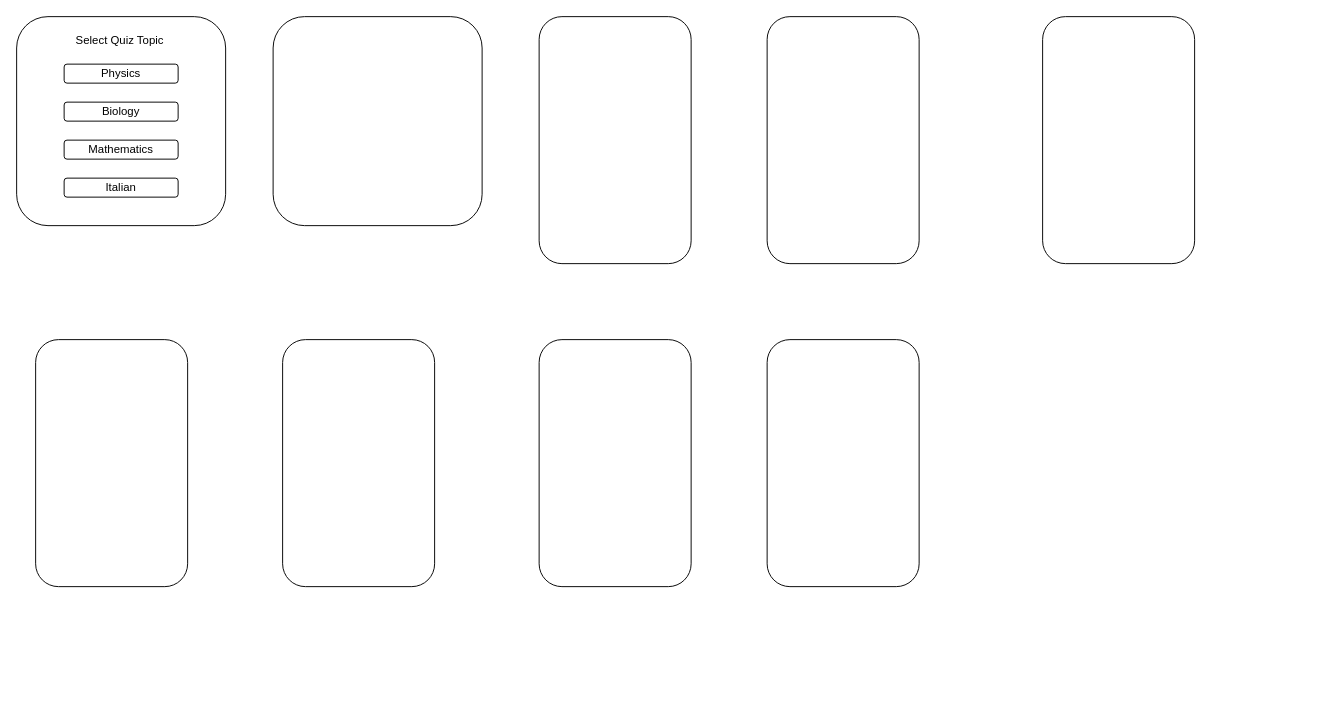
This is documentation/Story board MW.drawio from Matt-H139/Software-major-work, a draw.io file, before an edit. Source tidied: cells renumbered, new cells numbered last; positions are measured from the earlier drawing's top-left corner, leaving out a move shared by most shapes. Both pictures are drawn from the tidied source at 95%, with x=0, y=0 at pixel (16, 16).
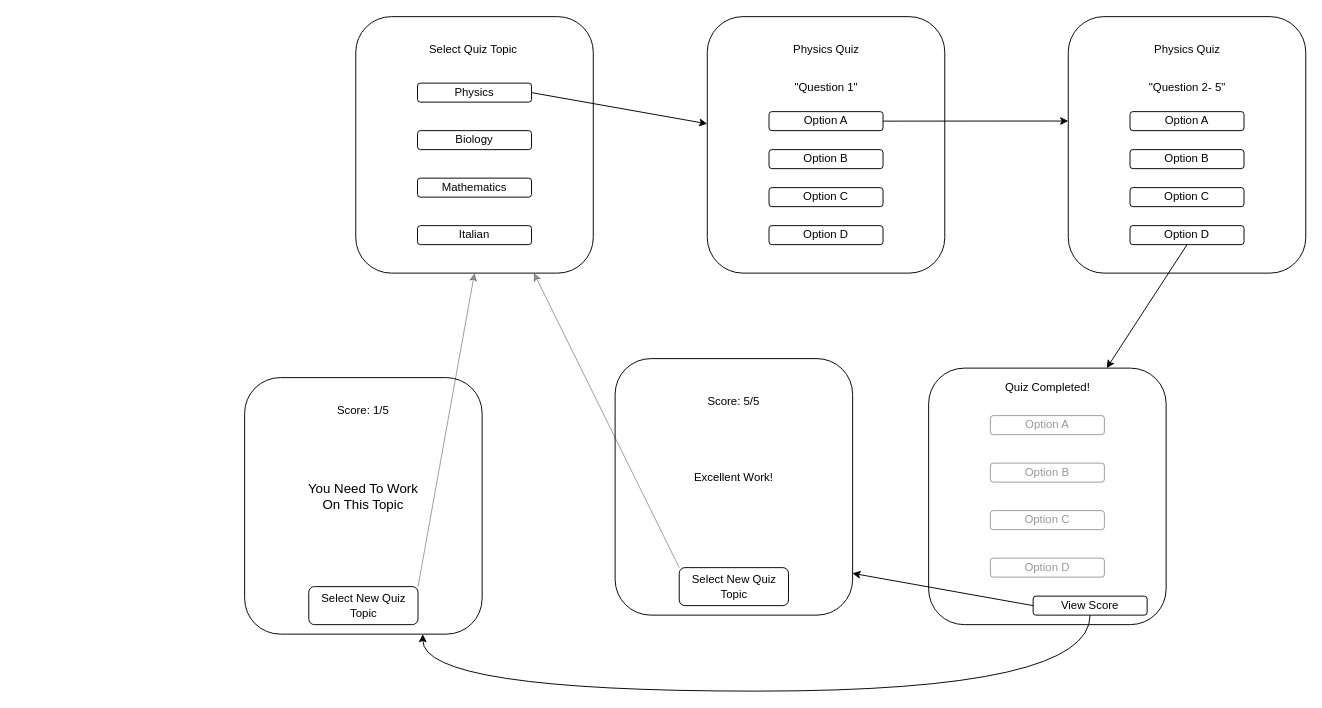
The same diagram, later.

The edit, as a diff of the source:
```diff
@@
     <mxCell id="2" style="rounded=1;whiteSpace=wrap;html=1;" parent="1" vertex="1">
-      <mxGeometry width="220" height="220" as="geometry" />
+      <mxGeometry x="357" width="250" height="270" as="geometry" />
     </mxCell>
-    <mxCell id="3" style="rounded=1;whiteSpace=wrap;html=1;" parent="1" vertex="1">
-      <mxGeometry x="1080" width="160" height="260" as="geometry" />
-    </mxCell>
     <mxCell id="4" style="rounded=1;whiteSpace=wrap;html=1;" parent="1" vertex="1">
-      <mxGeometry x="790" y="340" width="160" height="260" as="geometry" />
+      <mxGeometry x="960" y="370" width="250" height="270" as="geometry" />
     </mxCell>
-    <mxCell id="5" style="rounded=1;whiteSpace=wrap;html=1;" parent="1" vertex="1">
-      <mxGeometry x="790" width="160" height="260" as="geometry" />
-    </mxCell>
-    <mxCell id="6" style="rounded=1;whiteSpace=wrap;html=1;" parent="1" vertex="1">
-      <mxGeometry x="20" y="340" width="160" height="260" as="geometry" />
-    </mxCell>
     <mxCell id="7" style="rounded=1;whiteSpace=wrap;html=1;" parent="1" vertex="1">
-      <mxGeometry x="280" y="340" width="160" height="260" as="geometry" />
+      <mxGeometry x="630" y="360" width="250" height="270" as="geometry" />
     </mxCell>
-    <mxCell id="8" style="rounded=1;whiteSpace=wrap;html=1;" parent="1" vertex="1">
-      <mxGeometry x="550" y="340" width="160" height="260" as="geometry" />
-    </mxCell>
-    <mxCell id="9" style="rounded=1;whiteSpace=wrap;html=1;" parent="1" vertex="1">
-      <mxGeometry x="550" width="160" height="260" as="geometry" />
-    </mxCell>
     <mxCell id="10" style="rounded=1;whiteSpace=wrap;html=1;" parent="1" vertex="1">
-      <mxGeometry x="270" width="220" height="220" as="geometry" />
+      <mxGeometry x="727" width="250" height="270" as="geometry" />
     </mxCell>
     <mxCell id="11" value="Select Quiz Topic&amp;nbsp;" style="text;html=1;align=center;verticalAlign=middle;strokeColor=none;fillColor=none;" parent="1" vertex="1">
-      <mxGeometry x="50" y="10" width="120" height="30" as="geometry" />
+      <mxGeometry x="422" y="20" width="120" height="30" as="geometry" />
     </mxCell>
     <mxCell id="12" value="Physics" style="rounded=1;whiteSpace=wrap;html=1;" parent="1" vertex="1">
-      <mxGeometry x="50" y="50" width="120" height="20" as="geometry" />
+      <mxGeometry x="422" y="70" width="120" height="20" as="geometry" />
     </mxCell>
     <mxCell id="13" value="Biology" style="rounded=1;whiteSpace=wrap;html=1;" parent="1" vertex="1">
-      <mxGeometry x="50" y="90" width="120" height="20" as="geometry" />
+      <mxGeometry x="422" y="120" width="120" height="20" as="geometry" />
     </mxCell>
     <mxCell id="14" value="Mathematics" style="rounded=1;whiteSpace=wrap;html=1;" parent="1" vertex="1">
-      <mxGeometry x="50" y="130" width="120" height="20" as="geometry" />
+      <mxGeometry x="422" y="170" width="120" height="20" as="geometry" />
     </mxCell>
     <mxCell id="15" value="Italian" style="rounded=1;whiteSpace=wrap;html=1;" parent="1" vertex="1">
-      <mxGeometry x="50" y="170" width="120" height="20" as="geometry" />
+      <mxGeometry x="422" y="220" width="120" height="20" as="geometry" />
     </mxCell>
+    <mxCell id="16" value="Physics Quiz" style="text;html=1;align=center;verticalAlign=middle;strokeColor=none;fillColor=none;" parent="1" vertex="1">
+      <mxGeometry x="807" y="20" width="90" height="30" as="geometry" />
+    </mxCell>
+    <mxCell id="17" value="&quot;Question 1&quot;" style="text;html=1;align=center;verticalAlign=middle;strokeColor=none;fillColor=none;" parent="1" vertex="1">
+      <mxGeometry x="807" y="60" width="90" height="30" as="geometry" />
+    </mxCell>
+    <mxCell id="18" value="Option D" style="rounded=1;whiteSpace=wrap;html=1;" parent="1" vertex="1">
+      <mxGeometry x="792" y="220" width="120" height="20" as="geometry" />
+    </mxCell>
+    <mxCell id="19" value="Option C" style="rounded=1;whiteSpace=wrap;html=1;" parent="1" vertex="1">
+      <mxGeometry x="792" y="180" width="120" height="20" as="geometry" />
+    </mxCell>
+    <mxCell id="20" value="Option B" style="rounded=1;whiteSpace=wrap;html=1;" parent="1" vertex="1">
+      <mxGeometry x="792" y="140" width="120" height="20" as="geometry" />
+    </mxCell>
+    <mxCell id="21" value="Option A" style="rounded=1;whiteSpace=wrap;html=1;" parent="1" vertex="1">
+      <mxGeometry x="792" y="100" width="120" height="20" as="geometry" />
+    </mxCell>
+    <mxCell id="22" style="rounded=1;whiteSpace=wrap;html=1;" parent="1" vertex="1">
+      <mxGeometry x="1107" width="250" height="270" as="geometry" />
+    </mxCell>
+    <mxCell id="23" value="Physics Quiz" style="text;html=1;align=center;verticalAlign=middle;strokeColor=none;fillColor=none;" parent="1" vertex="1">
+      <mxGeometry x="1187" y="20" width="90" height="30" as="geometry" />
+    </mxCell>
+    <mxCell id="24" value="&quot;Question 2- 5&quot;" style="text;html=1;align=center;verticalAlign=middle;strokeColor=none;fillColor=none;" parent="1" vertex="1">
+      <mxGeometry x="1182" y="60" width="100" height="30" as="geometry" />
+    </mxCell>
+    <mxCell id="25" value="Option D" style="rounded=1;whiteSpace=wrap;html=1;" parent="1" vertex="1">
+      <mxGeometry x="1172" y="220" width="120" height="20" as="geometry" />
+    </mxCell>
+    <mxCell id="26" value="Option C" style="rounded=1;whiteSpace=wrap;html=1;" parent="1" vertex="1">
+      <mxGeometry x="1172" y="180" width="120" height="20" as="geometry" />
+    </mxCell>
+    <mxCell id="27" value="Option B" style="rounded=1;whiteSpace=wrap;html=1;" parent="1" vertex="1">
+      <mxGeometry x="1172" y="140" width="120" height="20" as="geometry" />
+    </mxCell>
+    <mxCell id="28" value="Option A" style="rounded=1;whiteSpace=wrap;html=1;" parent="1" vertex="1">
+      <mxGeometry x="1172" y="100" width="120" height="20" as="geometry" />
+    </mxCell>
+    <mxCell id="29" value="Quiz Completed!" style="text;html=1;align=center;verticalAlign=middle;whiteSpace=wrap;rounded=0;" parent="1" vertex="1">
+      <mxGeometry x="1037.5" y="376" width="95" height="30" as="geometry" />
+    </mxCell>
+    <mxCell id="30" value="&lt;font color=&quot;#999999&quot;&gt;Option A&lt;/font&gt;" style="rounded=1;whiteSpace=wrap;html=1;opacity=40;" parent="1" vertex="1">
+      <mxGeometry x="1025" y="420" width="120" height="20" as="geometry" />
+    </mxCell>
+    <mxCell id="31" value="&lt;font color=&quot;#999999&quot;&gt;Option C&lt;/font&gt;" style="rounded=1;whiteSpace=wrap;html=1;opacity=40;" parent="1" vertex="1">
+      <mxGeometry x="1025" y="520" width="120" height="20" as="geometry" />
+    </mxCell>
+    <mxCell id="32" value="&lt;font color=&quot;#999999&quot;&gt;Option B&lt;/font&gt;" style="rounded=1;whiteSpace=wrap;html=1;opacity=40;" parent="1" vertex="1">
+      <mxGeometry x="1025" y="470" width="120" height="20" as="geometry" />
+    </mxCell>
+    <mxCell id="33" value="&lt;font color=&quot;#999999&quot;&gt;Option D&lt;/font&gt;" style="rounded=1;whiteSpace=wrap;html=1;opacity=40;" parent="1" vertex="1">
+      <mxGeometry x="1025" y="570" width="120" height="20" as="geometry" />
+    </mxCell>
+    <mxCell id="34" value="View Score" style="rounded=1;whiteSpace=wrap;html=1;" parent="1" vertex="1">
+      <mxGeometry x="1070" y="610" width="120" height="20" as="geometry" />
+    </mxCell>
+    <mxCell id="35" style="rounded=1;whiteSpace=wrap;html=1;" parent="1" vertex="1">
+      <mxGeometry x="240" y="380" width="250" height="270" as="geometry" />
+    </mxCell>
+    <mxCell id="36" value="Score: 1/5" style="text;html=1;align=center;verticalAlign=middle;whiteSpace=wrap;rounded=0;" parent="1" vertex="1">
+      <mxGeometry x="335" y="400" width="60" height="30" as="geometry" />
+    </mxCell>
+    <mxCell id="37" value="&lt;font style=&quot;font-size: 14px;&quot;&gt;You Need To Work On This Topic&lt;/font&gt;" style="text;html=1;align=center;verticalAlign=middle;whiteSpace=wrap;rounded=0;" parent="1" vertex="1">
+      <mxGeometry x="300" y="490" width="130" height="30" as="geometry" />
+    </mxCell>
+    <mxCell id="38" value="Score: 5/5" style="text;html=1;align=center;verticalAlign=middle;whiteSpace=wrap;rounded=0;" parent="1" vertex="1">
+      <mxGeometry x="725" y="390" width="60" height="30" as="geometry" />
+    </mxCell>
+    <mxCell id="39" value="Excellent Work!" style="text;html=1;align=center;verticalAlign=middle;whiteSpace=wrap;rounded=0;" parent="1" vertex="1">
+      <mxGeometry x="700" y="470" width="110" height="30" as="geometry" />
+    </mxCell>
+    <mxCell id="40" value="Select New Quiz Topic" style="rounded=1;whiteSpace=wrap;html=1;" parent="1" vertex="1">
+      <mxGeometry x="697.5" y="580" width="115" height="40" as="geometry" />
+    </mxCell>
+    <mxCell id="41" value="Select New Quiz Topic" style="rounded=1;whiteSpace=wrap;html=1;" parent="1" vertex="1">
+      <mxGeometry x="307.5" y="600" width="115" height="40" as="geometry" />
+    </mxCell>
+    <mxCell id="42" style="endArrow=classic;html=1;rounded=0;exitX=1;exitY=0.5;exitDx=0;exitDy=0;" parent="1" edge="1" source="12" target="10">
+      <mxGeometry relative="1" as="geometry" />
+    </mxCell>
+    <mxCell id="43" style="endArrow=classic;html=1;rounded=0;exitX=1;exitY=0.5;exitDx=0;exitDy=0;entryX=0;entryY=0.407;entryDx=0;entryDy=0;entryPerimeter=0;" parent="1" edge="1" source="21" target="22">
+      <mxGeometry relative="1" as="geometry" />
+    </mxCell>
+    <mxCell id="44" style="endArrow=classic;html=1;rounded=0;exitX=1;exitY=0;exitDx=0;exitDy=0;entryX=0.5;entryY=1;entryDx=0;entryDy=0;opacity=40;" parent="1" edge="1" source="41" target="2">
+      <mxGeometry relative="1" as="geometry" />
+    </mxCell>
+    <mxCell id="45" style="endArrow=classic;html=1;rounded=0;exitX=0;exitY=0;exitDx=0;exitDy=0;entryX=0.75;entryY=1;entryDx=0;entryDy=0;opacity=40;" parent="1" edge="1" source="40" target="2">
+      <mxGeometry relative="1" as="geometry" />
+    </mxCell>
+    <mxCell id="46" style="endArrow=classic;html=1;rounded=0;exitX=0.5;exitY=1;exitDx=0;exitDy=0;entryX=0.75;entryY=0;entryDx=0;entryDy=0;" parent="1" edge="1" source="25" target="4">
+      <mxGeometry relative="1" as="geometry" />
+    </mxCell>
+    <mxCell id="47" style="endArrow=classic;html=1;rounded=0;exitX=0;exitY=0.5;exitDx=0;exitDy=0;entryX=0.999;entryY=0.837;entryDx=0;entryDy=0;entryPerimeter=0;" parent="1" edge="1" source="34" target="7">
+      <mxGeometry relative="1" as="geometry" />
+    </mxCell>
+    <mxCell id="48" style="endArrow=classic;html=1;rounded=0;edgeStyle=orthogonalEdgeStyle;curved=1;entryX=0.75;entryY=1;entryDx=0;entryDy=0;exitX=0.5;exitY=1;exitDx=0;exitDy=0;" parent="1" edge="1" source="34" target="35">
+      <mxGeometry relative="1" as="geometry">
+        <Array as="points">
+          <mxPoint x="1130" y="710" />
+          <mxPoint x="428" y="710" />
+        </Array>
+      </mxGeometry>
+    </mxCell>
```
